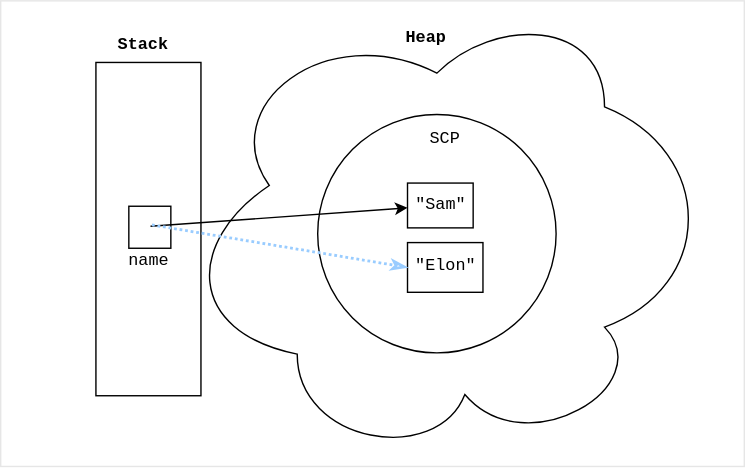
datkumar/code-journal keeps this draw.io diagram as public/diagrams/java-string-reassign.svg. Above is the earlier version. Source tidied: cells renumbered, new cells last; positions are measured from the earlier drawing's top-left corner, leaving out a move shared by most shapes.
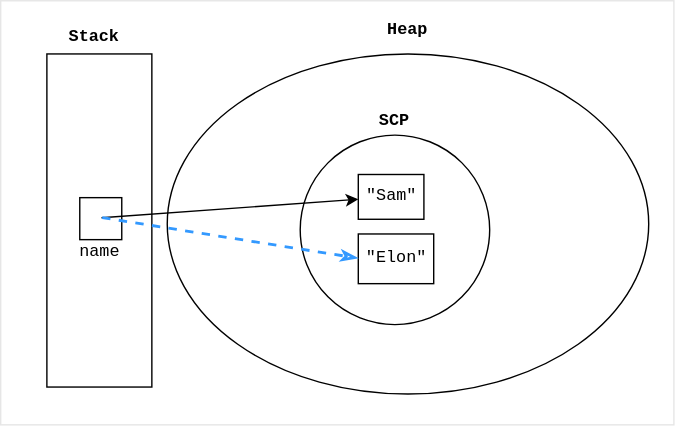
The same diagram one commit later.

Change to the diagram source:
```diff
@@ -2,47 +2,47 @@
   <root>
     <mxCell id="0" />
     <mxCell id="1" parent="0" />
-    <mxCell id="2" style="rounded=0;whiteSpace=wrap;html=1;strokeColor=#E6E6E6;" parent="1" vertex="1">
-      <mxGeometry width="531" height="332.5" as="geometry" />
+    <mxCell id="2" style="rounded=0;whiteSpace=wrap;html=1;strokeColor=#E6E6E6;fontFamily=monospace;" parent="1" vertex="1">
+      <mxGeometry x="35" y="6" width="481" height="303" as="geometry" />
     </mxCell>
+    <mxCell id="15" style="ellipse;whiteSpace=wrap;html=1;shapeInside=1;" parent="1" vertex="1">
+      <mxGeometry x="154" y="44" width="344" height="243" as="geometry" />
+    </mxCell>
-    <mxCell id="3" style="rounded=0;whiteSpace=wrap;html=1;fontFamily=Courier New;" parent="1" vertex="1">
+    <mxCell id="3" style="rounded=0;whiteSpace=wrap;html=1;fontFamily=monospace;" parent="1" vertex="1">
       <mxGeometry x="68" y="44" width="75" height="238" as="geometry" />
     </mxCell>
-    <mxCell id="4" style="ellipse;shape=cloud;whiteSpace=wrap;html=1;direction=north;fontFamily=Courier New;rotation=0;" parent="1" vertex="1">
-      <mxGeometry x="112" y="11.5" width="399" height="321" as="geometry" />
-    </mxCell>
-    <mxCell id="5" style="whiteSpace=wrap;html=1;fontFamily=Courier New;" parent="1" vertex="1">
+    <mxCell id="5" style="whiteSpace=wrap;html=1;fontFamily=monospace;" parent="1" vertex="1">
       <mxGeometry x="91.5" y="146.7" width="30" height="30" as="geometry" />
     </mxCell>
-    <mxCell id="6" value="name" style="text;html=1;align=center;verticalAlign=middle;whiteSpace=wrap;rounded=0;fontFamily=Courier New;" parent="1" vertex="1">
+    <mxCell id="6" value="name" style="text;html=1;align=center;verticalAlign=middle;whiteSpace=wrap;rounded=0;fontFamily=monospace;" parent="1" vertex="1">
       <mxGeometry x="87.5" y="176.8" width="36" height="18" as="geometry" />
     </mxCell>
-    <mxCell id="7" value="Stack" style="text;html=1;align=center;verticalAlign=middle;whiteSpace=wrap;rounded=0;fontFamily=Courier New;fontStyle=1;" parent="1" vertex="1">
+    <mxCell id="7" value="Stack" style="text;html=1;align=center;verticalAlign=middle;whiteSpace=wrap;rounded=0;fontFamily=monospace;fontStyle=1;" parent="1" vertex="1">
       <mxGeometry x="79" y="19" width="46" height="25" as="geometry" />
     </mxCell>
-    <mxCell id="8" value="Heap" style="text;html=1;align=center;verticalAlign=middle;whiteSpace=wrap;rounded=0;fontFamily=Courier New;fontStyle=1;" parent="1" vertex="1">
-      <mxGeometry x="281" y="11.5" width="46" height="30" as="geometry" />
+    <mxCell id="8" value="Heap" style="text;html=1;align=center;verticalAlign=middle;whiteSpace=wrap;rounded=0;fontFamily=monospace;fontStyle=1;" parent="1" vertex="1">
+      <mxGeometry x="303" y="12" width="46" height="30" as="geometry" />
     </mxCell>
-    <mxCell id="9" style="ellipse;whiteSpace=wrap;html=1;" parent="1" vertex="1">
-      <mxGeometry x="226.4" y="81.1" width="170.2" height="170.2" as="geometry" />
+    <mxCell id="9" style="ellipse;whiteSpace=wrap;html=1;fontFamily=monospace;" parent="1" vertex="1">
+      <mxGeometry x="249" y="102" width="135.4" height="135.4" as="geometry" />
     </mxCell>
-    <mxCell id="10" style="endArrow=classic;html=1;rounded=0;fontFamily=Courier New;" parent="1" edge="1" target="11">
+    <mxCell id="10" style="endArrow=classic;html=1;rounded=0;fontFamily=monospace;" parent="1" edge="1" target="11">
       <mxGeometry relative="1" as="geometry">
         <mxPoint x="107" y="161" as="sourcePoint" />
       </mxGeometry>
     </mxCell>
-    <mxCell id="11" value="&quot;Sam&quot;" style="square;whiteSpace=wrap;html=1;fontFamily=Courier New;rotation=0;" parent="1" vertex="1">
+    <mxCell id="11" value="&quot;Sam&quot;" style="square;whiteSpace=wrap;html=1;fontFamily=monospace;rotation=0;" parent="1" vertex="1">
       <mxGeometry x="290.5" y="130.1" width="46.9" height="32" as="geometry" />
     </mxCell>
-    <mxCell id="12" value="SCP&lt;font&gt;&lt;br&gt;&lt;/font&gt;" style="text;html=1;align=center;verticalAlign=middle;whiteSpace=wrap;rounded=0;fontFamily=Courier New;" parent="1" vertex="1">
-      <mxGeometry x="299.4" y="89.1" width="37" height="20" as="geometry" />
+    <mxCell id="12" value="SCP&lt;font&gt;&lt;br&gt;&lt;/font&gt;" style="text;html=1;align=center;verticalAlign=middle;whiteSpace=wrap;rounded=0;fontFamily=monospace;fontStyle=1;" parent="1" vertex="1">
+      <mxGeometry x="298.2" y="82" width="37" height="20" as="geometry" />
     </mxCell>
-    <mxCell id="13" value="&quot;Elon&quot;" style="square;whiteSpace=wrap;html=1;fontFamily=Courier New;rotation=0;" parent="1" vertex="1">
+    <mxCell id="13" value="&quot;Elon&quot;" style="square;whiteSpace=wrap;html=1;fontFamily=monospace;rotation=0;" parent="1" vertex="1">
       <mxGeometry x="290.5" y="172.6" width="53.9" height="35.5" as="geometry" />
     </mxCell>
-    <mxCell id="14" style="endArrow=classicThin;html=1;rounded=0;entryX=0;entryY=0.5;entryDx=0;entryDy=0;dashed=1;dashPattern=1 1;strokeWidth=2;strokeColor=#99CCFF;endFill=0;" parent="1" edge="1" target="13">
+    <mxCell id="14" style="endArrow=classicThin;html=1;rounded=0;entryX=0;entryY=0.5;entryDx=0;entryDy=0;dashed=1;strokeWidth=2;strokeColor=light-dark(#3399FF,#3399FF);endFill=0;fontFamily=monospace;" parent="1" edge="1" target="13">
       <mxGeometry relative="1" as="geometry">
-        <mxPoint x="108" y="160" as="sourcePoint" />
+        <mxPoint x="108" y="161.4" as="sourcePoint" />
       </mxGeometry>
     </mxCell>
   </root>
```
